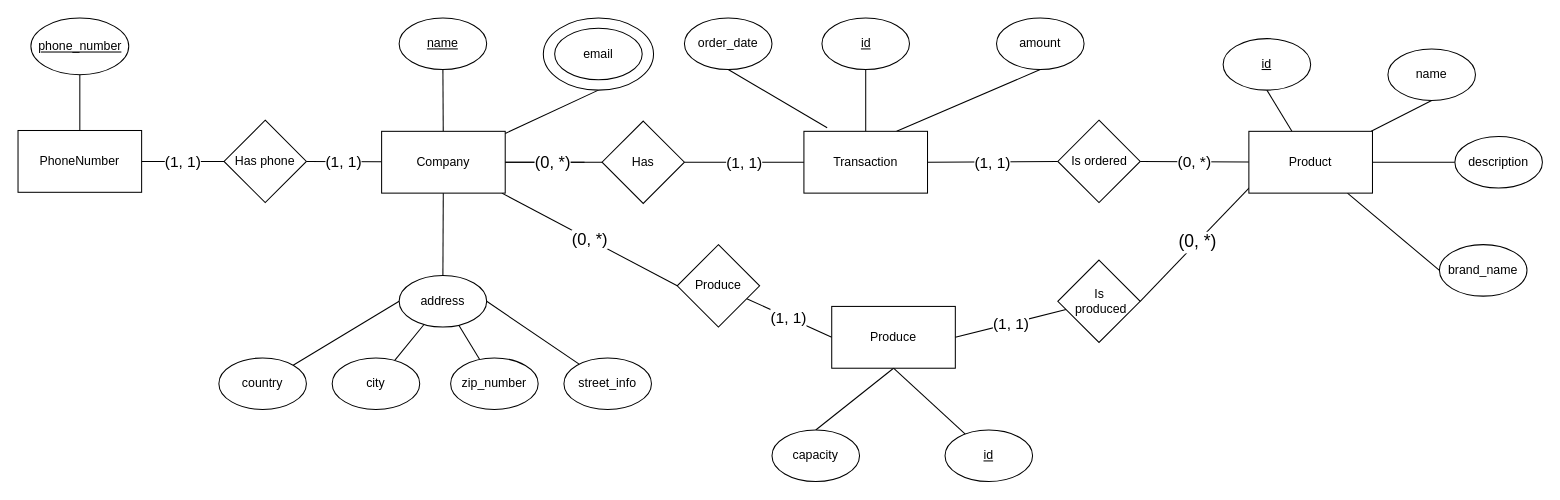
Above: docs/er.drawio in semwett0301/db_homework (draw.io), before the change. Source tidied: cells renumbered, new cells numbered last; positions are measured from the earlier drawing's top-left corner, leaving out a move shared by most shapes. Both pictures are drawn from the tidied source at 103%, with x=0, y=0 at pixel (18, 18).
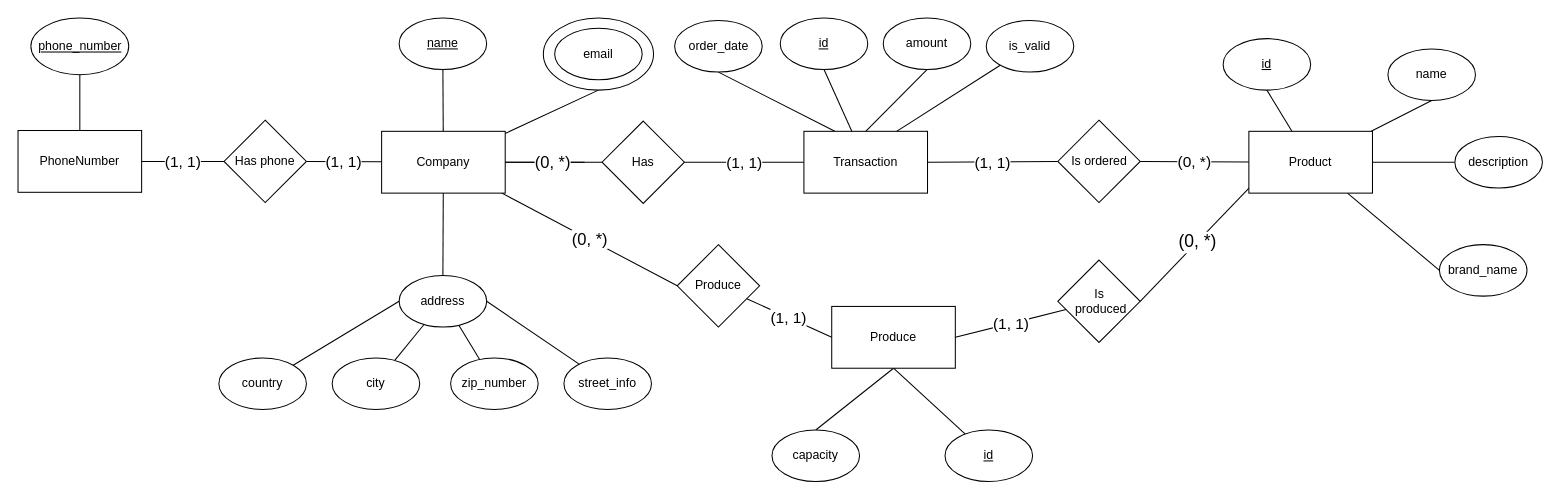
After the change.

Unchanged cells that the change refers to:
```xml
<mxCell id="49" value="Transaction" style="rounded=0;whiteSpace=wrap;html=1;" parent="1" vertex="1">
  <mxGeometry x="763" y="110" width="120" height="60" as="geometry" />
</mxCell>
```

Change to the diagram source:
```diff
@@
     <mxCell id="36" value="order_date" style="ellipse;whiteSpace=wrap;html=1;fontStyle=0;" parent="1" vertex="1">
-      <mxGeometry x="647" width="85" height="50" as="geometry" />
+      <mxGeometry x="637.5" y="2.5" width="85" height="50" as="geometry" />
     </mxCell>
     <mxCell id="37" value="amount" style="ellipse;whiteSpace=wrap;html=1;" parent="1" vertex="1">
-      <mxGeometry x="950" width="85" height="50" as="geometry" />
+      <mxGeometry x="840" width="85" height="50" as="geometry" />
     </mxCell>
-    <mxCell id="38" style="rounded=0;jettySize=auto;html=1;entryX=0.5;entryY=1;entryDx=0;entryDy=0;endArrow=none;endFill=0;exitX=0.188;exitY=-0.057;exitDx=0;exitDy=0;exitPerimeter=0;" parent="1" edge="1" source="49" target="36">
+    <mxCell id="38" style="rounded=0;jettySize=auto;html=1;entryX=0.5;entryY=1;entryDx=0;entryDy=0;endArrow=none;endFill=0;exitX=0.25;exitY=0;exitDx=0;exitDy=0;" parent="1" edge="1" source="49" target="36">
       <mxGeometry relative="1" as="geometry" />
     </mxCell>
-    <mxCell id="39" style="rounded=0;jettySize=auto;html=1;entryX=0.5;entryY=1;entryDx=0;entryDy=0;endArrow=none;endFill=0;exitX=0.75;exitY=0;exitDx=0;exitDy=0;" parent="1" edge="1" source="49" target="37">
+    <mxCell id="39" style="rounded=0;jettySize=auto;html=1;entryX=0.5;entryY=1;entryDx=0;entryDy=0;endArrow=none;endFill=0;exitX=0.5;exitY=0;exitDx=0;exitDy=0;" parent="1" edge="1" source="49" target="37">
       <mxGeometry relative="1" as="geometry" />
     </mxCell>
@@
     <mxCell id="51" value="&lt;u&gt;id&lt;/u&gt;" style="ellipse;whiteSpace=wrap;html=1;fontStyle=0;" parent="1" vertex="1">
-      <mxGeometry x="780.5" width="85" height="50" as="geometry" />
+      <mxGeometry x="740" width="85" height="50" as="geometry" />
     </mxCell>
@@
+    <mxCell id="59" style="rounded=0;jettySize=auto;html=1;entryX=0.75;entryY=0;entryDx=0;entryDy=0;endArrow=none;endFill=0;" parent="1" edge="1" source="60" target="49">
+      <mxGeometry relative="1" as="geometry" />
+    </mxCell>
+    <mxCell id="60" value="is_valid" style="ellipse;whiteSpace=wrap;html=1;" parent="1" vertex="1">
+      <mxGeometry x="940" y="2.5" width="85" height="50" as="geometry" />
+    </mxCell>
```
